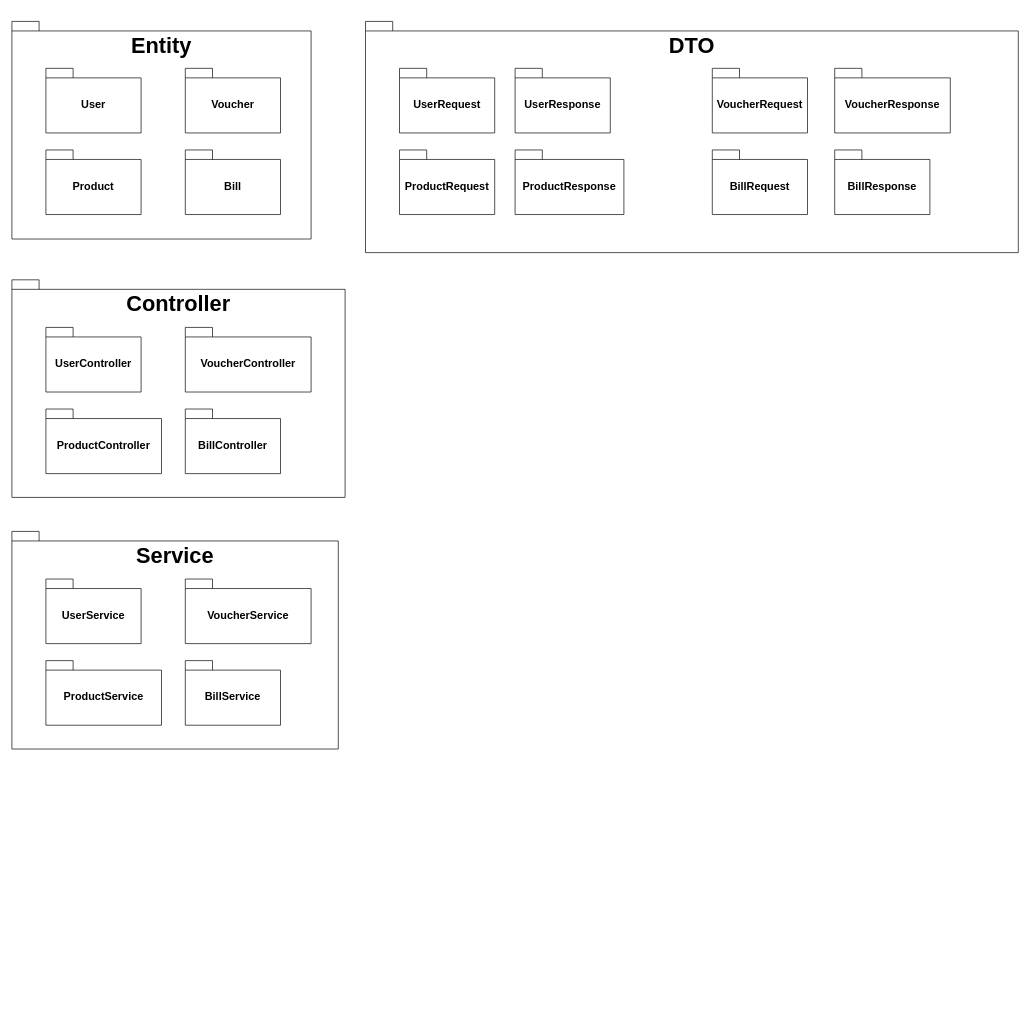
HARKINGS/UML keeps this draw.io diagram as Package_PTHT.drawio. Above is the earlier version. Source tidied: cells renumbered, new cells numbered last; positions are measured from the earlier drawing's top-left corner, leaving out a move shared by most shapes. Both pictures are drawn from the tidied source at 68%, with x=0, y=0 at pixel (12, 21).
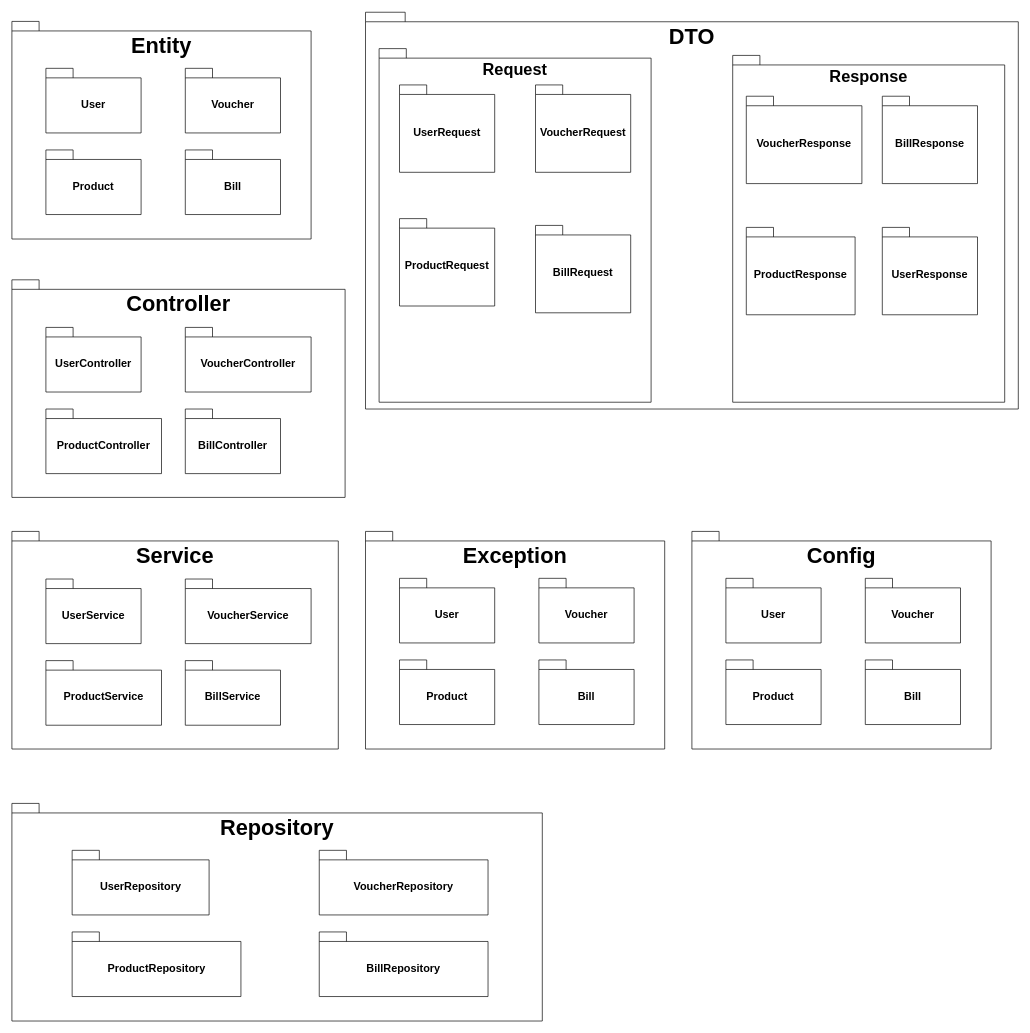
The same diagram, later.

Commit message (it also covers changes not shown here):
Cập nhật Package_PTHT.drawio

Change to the diagram source:
```diff
@@
-    <mxCell id="20" style="group;" parent="1" vertex="1">
-      <mxGeometry x="520" width="960" height="340" as="geometry" />
+    <mxCell id="20" style="group;fontSize=24;verticalAlign=top;" parent="1" vertex="1">
+      <mxGeometry x="520" width="960" height="570" as="geometry" />
     </mxCell>
     <mxCell id="21" value="DTO" style="shape=folder;fontStyle=1;spacingTop=10;tabWidth=40;tabHeight=14;tabPosition=left;html=1;whiteSpace=wrap;verticalAlign=top;fontSize=32;" parent="20" vertex="1">
-      <mxGeometry width="960" height="340" as="geometry" />
+      <mxGeometry y="-13.5" width="960" height="583.5" as="geometry" />
     </mxCell>
+    <mxCell id="30" value="&lt;font style=&quot;font-size: 24px;&quot;&gt;Request&lt;/font&gt;" style="shape=folder;fontStyle=1;spacingTop=10;tabWidth=40;tabHeight=14;tabPosition=left;html=1;whiteSpace=wrap;verticalAlign=top;" parent="20" vertex="1">
+      <mxGeometry x="20" y="40" width="400" height="520" as="geometry" />
+    </mxCell>
+    <mxCell id="31" value="&lt;font style=&quot;font-size: 24px;&quot;&gt;Response&lt;/font&gt;" style="shape=folder;fontStyle=1;spacingTop=10;tabWidth=40;tabHeight=14;tabPosition=left;html=1;whiteSpace=wrap;verticalAlign=top;" parent="20" vertex="1">
+      <mxGeometry x="540" y="50" width="400" height="510" as="geometry" />
+    </mxCell>
     <mxCell id="22" value="UserRequest" style="shape=folder;fontStyle=1;spacingTop=10;tabWidth=40;tabHeight=14;tabPosition=left;html=1;whiteSpace=wrap;fontSize=16;" parent="20" vertex="1">
-      <mxGeometry x="50" y="69" width="140" height="95" as="geometry" />
+      <mxGeometry x="50" y="93.4" width="140" height="128.5" as="geometry" />
     </mxCell>
     <mxCell id="23" value="VoucherRequest" style="shape=folder;fontStyle=1;spacingTop=10;tabWidth=40;tabHeight=14;tabPosition=left;html=1;whiteSpace=wrap;fontSize=16;" parent="20" vertex="1">
-      <mxGeometry x="510" y="69" width="140" height="95" as="geometry" />
+      <mxGeometry x="250" y="93.4" width="140" height="128.5" as="geometry" />
     </mxCell>
     <mxCell id="24" value="BillRequest" style="shape=folder;fontStyle=1;spacingTop=10;tabWidth=40;tabHeight=14;tabPosition=left;html=1;whiteSpace=wrap;fontSize=16;" parent="20" vertex="1">
-      <mxGeometry x="510" y="189" width="140" height="95" as="geometry" />
+      <mxGeometry x="250" y="300" width="140" height="128.5" as="geometry" />
     </mxCell>
     <mxCell id="25" value="ProductRequest" style="shape=folder;fontStyle=1;spacingTop=10;tabWidth=40;tabHeight=14;tabPosition=left;html=1;whiteSpace=wrap;fontSize=16;" parent="20" vertex="1">
-      <mxGeometry x="50" y="189" width="140" height="95" as="geometry" />
+      <mxGeometry x="50" y="290" width="140" height="128.5" as="geometry" />
     </mxCell>
     <mxCell id="26" value="UserResponse" style="shape=folder;fontStyle=1;spacingTop=10;tabWidth=40;tabHeight=14;tabPosition=left;html=1;whiteSpace=wrap;fontSize=16;" parent="20" vertex="1">
-      <mxGeometry x="220" y="69" width="140" height="95" as="geometry" />
+      <mxGeometry x="760" y="302.9" width="140" height="128.5" as="geometry" />
     </mxCell>
     <mxCell id="27" value="ProductResponse" style="shape=folder;fontStyle=1;spacingTop=10;tabWidth=40;tabHeight=14;tabPosition=left;html=1;whiteSpace=wrap;fontSize=16;" parent="20" vertex="1">
-      <mxGeometry x="220" y="189" width="160" height="95" as="geometry" />
+      <mxGeometry x="560" y="302.9" width="160" height="128.5" as="geometry" />
     </mxCell>
     <mxCell id="28" value="BillResponse" style="shape=folder;fontStyle=1;spacingTop=10;tabWidth=40;tabHeight=14;tabPosition=left;html=1;whiteSpace=wrap;fontSize=16;" parent="20" vertex="1">
-      <mxGeometry x="690" y="189" width="140" height="95" as="geometry" />
+      <mxGeometry x="760" y="110" width="140" height="128.5" as="geometry" />
     </mxCell>
     <mxCell id="29" value="VoucherResponse" style="shape=folder;fontStyle=1;spacingTop=10;tabWidth=40;tabHeight=14;tabPosition=left;html=1;whiteSpace=wrap;fontSize=16;" parent="20" vertex="1">
-      <mxGeometry x="690" y="69" width="170" height="95" as="geometry" />
+      <mxGeometry x="560" y="110" width="170" height="128.5" as="geometry" />
     </mxCell>
+    <mxCell id="32" style="group;" parent="1" vertex="1">
+      <mxGeometry x="1000" y="750" width="440" height="320" as="geometry" />
+    </mxCell>
+    <mxCell id="33" value="Config" style="shape=folder;fontStyle=1;spacingTop=10;tabWidth=40;tabHeight=14;tabPosition=left;html=1;whiteSpace=wrap;verticalAlign=top;fontSize=32;" parent="32" vertex="1">
+      <mxGeometry width="440" height="320" as="geometry" />
+    </mxCell>
+    <mxCell id="34" value="User" style="shape=folder;fontStyle=1;spacingTop=10;tabWidth=40;tabHeight=14;tabPosition=left;html=1;whiteSpace=wrap;fontSize=16;" parent="32" vertex="1">
+      <mxGeometry x="50" y="69" width="140" height="95" as="geometry" />
+    </mxCell>
+    <mxCell id="35" value="Voucher" style="shape=folder;fontStyle=1;spacingTop=10;tabWidth=40;tabHeight=14;tabPosition=left;html=1;whiteSpace=wrap;fontSize=16;" parent="32" vertex="1">
+      <mxGeometry x="255" y="69" width="140" height="95" as="geometry" />
+    </mxCell>
+    <mxCell id="36" value="Bill" style="shape=folder;fontStyle=1;spacingTop=10;tabWidth=40;tabHeight=14;tabPosition=left;html=1;whiteSpace=wrap;fontSize=16;" parent="32" vertex="1">
+      <mxGeometry x="255" y="189" width="140" height="95" as="geometry" />
+    </mxCell>
+    <mxCell id="37" value="Product" style="shape=folder;fontStyle=1;spacingTop=10;tabWidth=40;tabHeight=14;tabPosition=left;html=1;whiteSpace=wrap;fontSize=16;" parent="32" vertex="1">
+      <mxGeometry x="50" y="189" width="140" height="95" as="geometry" />
+    </mxCell>
+    <mxCell id="38" style="group;" parent="1" vertex="1">
+      <mxGeometry x="520" y="750" width="440" height="320" as="geometry" />
+    </mxCell>
+    <mxCell id="39" value="Exception" style="shape=folder;fontStyle=1;spacingTop=10;tabWidth=40;tabHeight=14;tabPosition=left;html=1;whiteSpace=wrap;verticalAlign=top;fontSize=32;" parent="38" vertex="1">
+      <mxGeometry width="440" height="320" as="geometry" />
+    </mxCell>
+    <mxCell id="40" value="User" style="shape=folder;fontStyle=1;spacingTop=10;tabWidth=40;tabHeight=14;tabPosition=left;html=1;whiteSpace=wrap;fontSize=16;" parent="38" vertex="1">
+      <mxGeometry x="50" y="69" width="140" height="95" as="geometry" />
+    </mxCell>
+    <mxCell id="41" value="Voucher" style="shape=folder;fontStyle=1;spacingTop=10;tabWidth=40;tabHeight=14;tabPosition=left;html=1;whiteSpace=wrap;fontSize=16;" parent="38" vertex="1">
+      <mxGeometry x="255" y="69" width="140" height="95" as="geometry" />
+    </mxCell>
+    <mxCell id="42" value="Bill" style="shape=folder;fontStyle=1;spacingTop=10;tabWidth=40;tabHeight=14;tabPosition=left;html=1;whiteSpace=wrap;fontSize=16;" parent="38" vertex="1">
+      <mxGeometry x="255" y="189" width="140" height="95" as="geometry" />
+    </mxCell>
+    <mxCell id="43" value="Product" style="shape=folder;fontStyle=1;spacingTop=10;tabWidth=40;tabHeight=14;tabPosition=left;html=1;whiteSpace=wrap;fontSize=16;" parent="38" vertex="1">
+      <mxGeometry x="50" y="189" width="140" height="95" as="geometry" />
+    </mxCell>
+    <mxCell id="44" style="group;" parent="1" vertex="1">
+      <mxGeometry y="1150" width="780" height="320" as="geometry" />
+    </mxCell>
+    <mxCell id="45" value="Repository" style="shape=folder;fontStyle=1;spacingTop=10;tabWidth=40;tabHeight=14;tabPosition=left;html=1;whiteSpace=wrap;verticalAlign=top;fontSize=32;" parent="44" vertex="1">
+      <mxGeometry width="780" height="320" as="geometry" />
+    </mxCell>
+    <mxCell id="46" value="UserRepository" style="shape=folder;fontStyle=1;spacingTop=10;tabWidth=40;tabHeight=14;tabPosition=left;html=1;whiteSpace=wrap;fontSize=16;" parent="44" vertex="1">
+      <mxGeometry x="88.6" y="69" width="201.4" height="95" as="geometry" />
+    </mxCell>
+    <mxCell id="47" value="VoucherRepository" style="shape=folder;fontStyle=1;spacingTop=10;tabWidth=40;tabHeight=14;tabPosition=left;html=1;whiteSpace=wrap;fontSize=16;" parent="44" vertex="1">
+      <mxGeometry x="452" y="69" width="248.2" height="95" as="geometry" />
+    </mxCell>
+    <mxCell id="48" value="BillRepository" style="shape=folder;fontStyle=1;spacingTop=10;tabWidth=40;tabHeight=14;tabPosition=left;html=1;whiteSpace=wrap;fontSize=16;" parent="44" vertex="1">
+      <mxGeometry x="452" y="189" width="248.2" height="95" as="geometry" />
+    </mxCell>
+    <mxCell id="49" value="ProductRepository" style="shape=folder;fontStyle=1;spacingTop=10;tabWidth=40;tabHeight=14;tabPosition=left;html=1;whiteSpace=wrap;fontSize=16;" parent="44" vertex="1">
+      <mxGeometry x="88.6" y="189" width="248.2" height="95" as="geometry" />
+    </mxCell>
```
